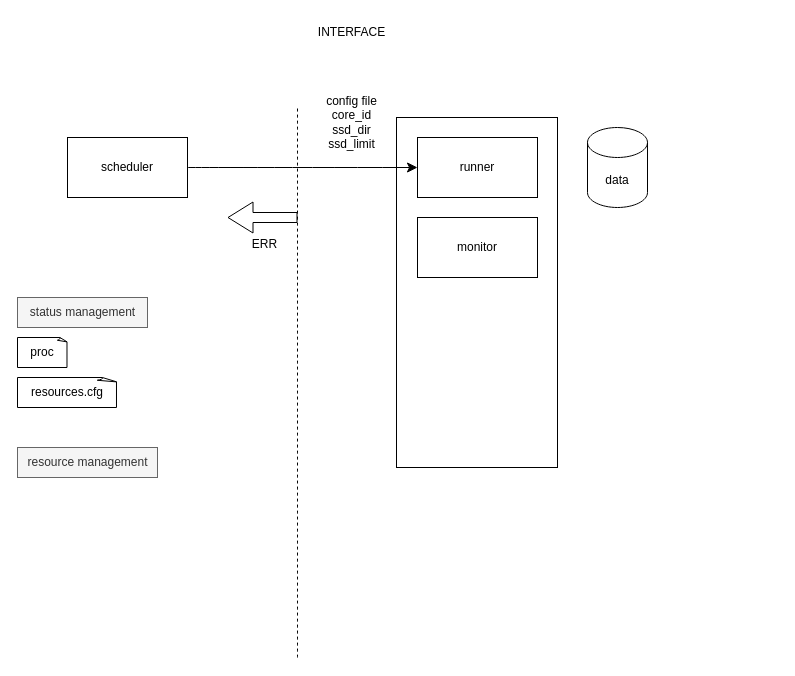
Above: page "ppl3 v2.0.0" (3 of 3) of tongdengfund/ppl_new.drawio in mistyeye11/drawio (draw.io), before the change. Source tidied: cells renumbered, new cells numbered last; positions are measured from the earlier drawing's top-left corner, leaving out a move shared by most shapes. Both pictures are drawn from the tidied source at 100%, with x=0, y=0 at pixel (17, 17).
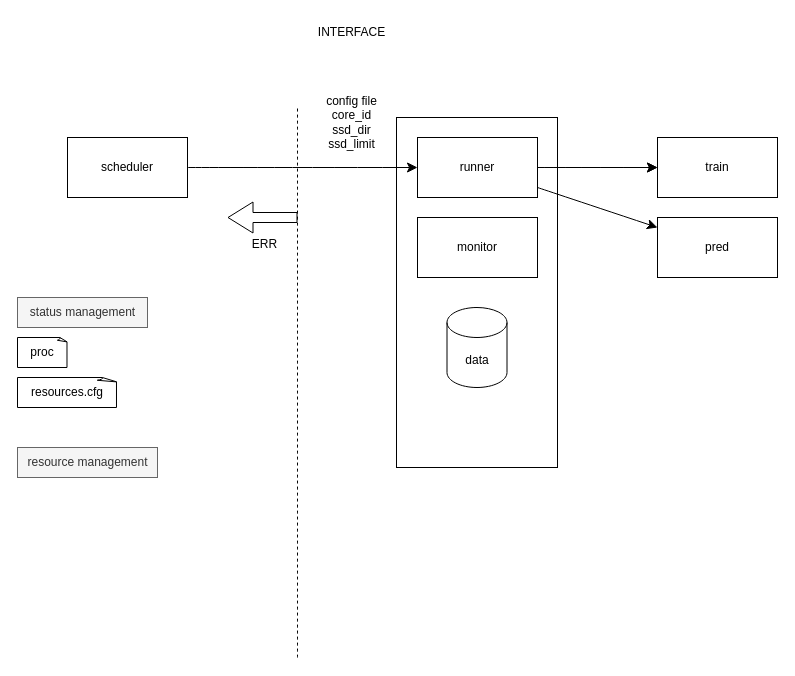
The same diagram, later.

The change refers to these unchanged cells:
```xml
<mxCell id="9" value="&lt;div&gt;runner&lt;/div&gt;" style="rounded=0;whiteSpace=wrap;html=1;strokeColor=default;align=center;verticalAlign=middle;fontFamily=Helvetica;fontSize=12;fontColor=default;fillColor=default;" parent="1" vertex="1">
  <mxGeometry x="400" y="120" width="120" height="60" as="geometry" />
</mxCell>
```

What changed in the source:
```diff
@@
+    <mxCell id="18" style="edgeStyle=none;curved=1;rounded=0;jettySize=auto;html=1;fontFamily=Helvetica;fontSize=12;fontColor=default;startSize=8;endSize=8;" parent="1" edge="1" source="9" target="21">
+      <mxGeometry relative="1" as="geometry" />
+    </mxCell>
+    <mxCell id="19" style="edgeStyle=none;curved=1;rounded=0;jettySize=auto;html=1;fontFamily=Helvetica;fontSize=12;fontColor=default;startSize=8;endSize=8;" parent="1" edge="1" source="9" target="21">
+      <mxGeometry relative="1" as="geometry" />
+    </mxCell>
+    <mxCell id="20" style="edgeStyle=none;curved=1;rounded=0;jettySize=auto;html=1;fontFamily=Helvetica;fontSize=12;fontColor=default;startSize=8;endSize=8;" parent="1" edge="1" source="9" target="22">
+      <mxGeometry relative="1" as="geometry" />
+    </mxCell>
@@
     <mxCell id="10" value="data" style="shape=cylinder3;whiteSpace=wrap;boundedLbl=1;backgroundOutline=1;size=15;rounded=0;strokeColor=default;align=center;verticalAlign=middle;fontFamily=Helvetica;fontSize=12;fontColor=default;fillColor=none;html=1;gradientColor=none;" parent="1" vertex="1">
-      <mxGeometry x="570" y="110" width="60" height="80" as="geometry" />
+      <mxGeometry x="429.5" y="290" width="60" height="80" as="geometry" />
     </mxCell>
@@
+    <mxCell id="21" value="train" style="whiteSpace=wrap;html=1;rounded=0;" parent="1" vertex="1">
+      <mxGeometry x="640" y="120" width="120" height="60" as="geometry" />
+    </mxCell>
+    <mxCell id="22" value="pred" style="whiteSpace=wrap;html=1;rounded=0;" parent="1" vertex="1">
+      <mxGeometry x="640" y="200" width="120" height="60" as="geometry" />
+    </mxCell>
```
